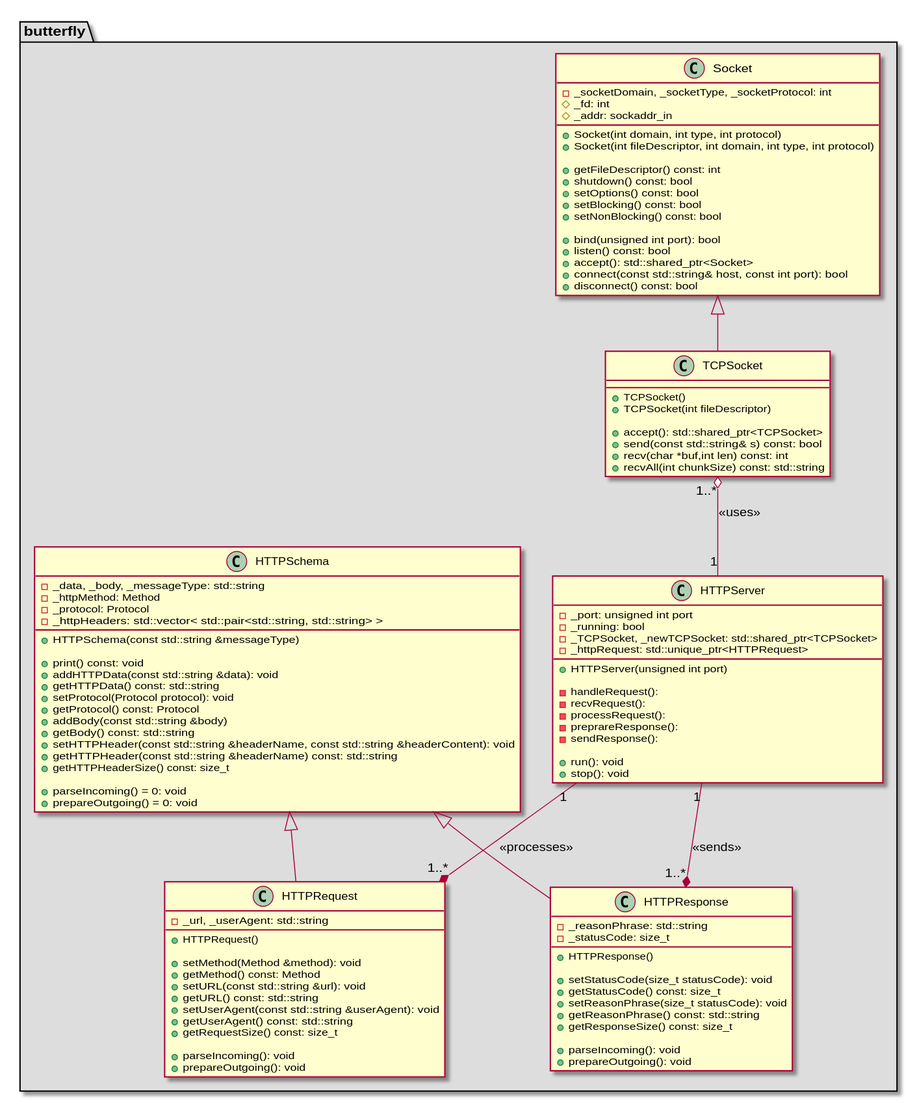
The PlantUML diagram architecture/class_diagrams/httpServer.svg in bierschi/butterfly, before a commit.
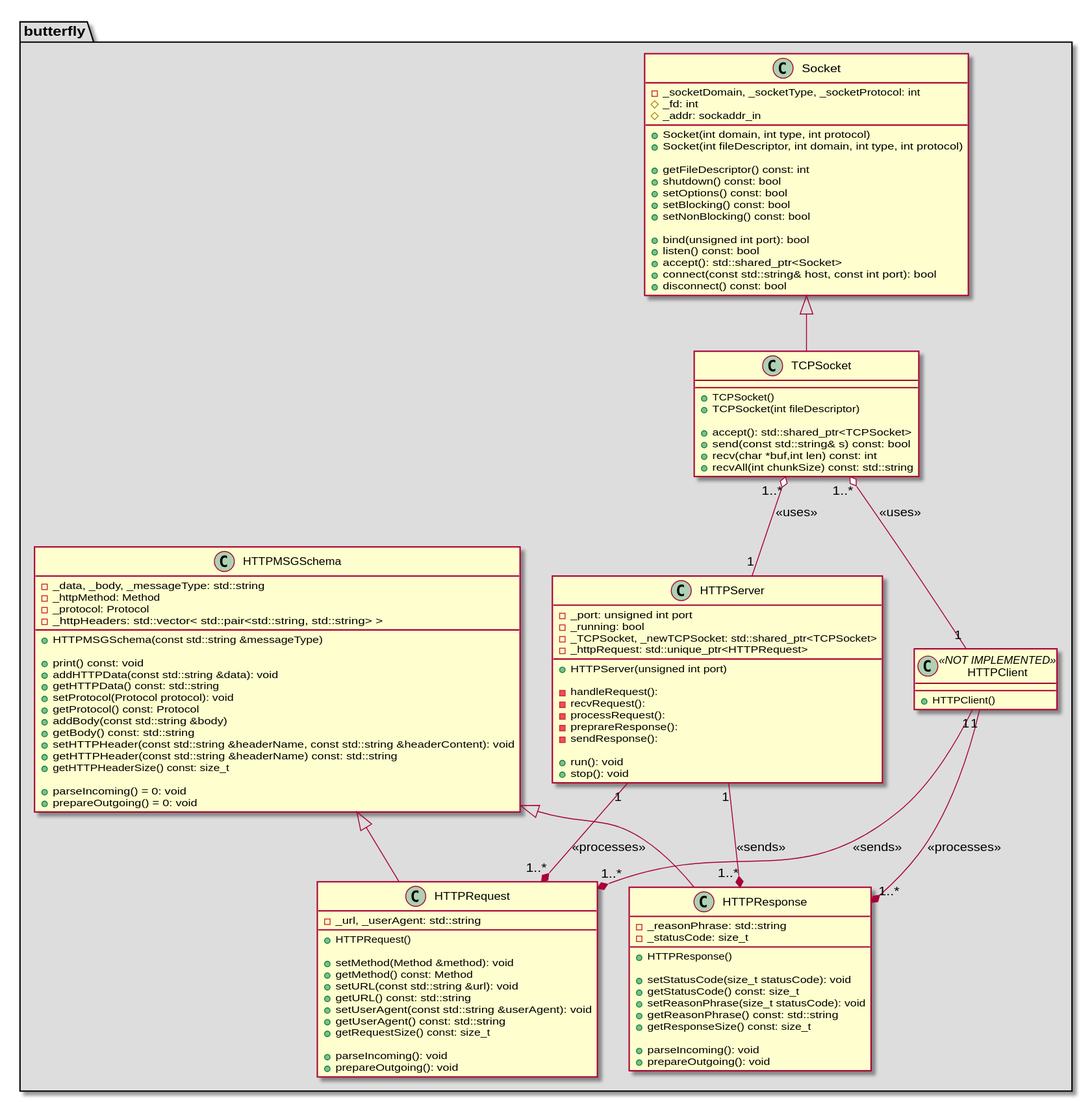
Above is the later version.

Commit message:
Updated the httpmsgschema naming

Change to the diagram source:
```diff
@@ -56,14 +56,20 @@
     +stop(): void
 }
 
-class HTTPSchema
+class HTTPClient <<NOT IMPLEMENTED>>
+{
+
+    + HTTPClient()
+}
+
+class HTTPMSGSchema
 {
     - _data, _body, _messageType: std::string
     - _httpMethod: Method
     - _protocol: Protocol
     - _httpHeaders: std::vector< std::pair<std::string, std::string> >
 
-    + HTTPSchema(const std::string &messageType)
+    + HTTPMSGSchema(const std::string &messageType)
 
     + print() const: void
     + addHTTPData(const std::string &data): void
@@ -115,14 +121,23 @@
     + prepareOutgoing(): void
 }
 
+together {
+    class HTTPServer
+    class HTTPClient
+}
+
 Socket            <|-- TCPSocket
 TCPSocket "1..*"  o--  "1" HTTPServer : <<uses>>
+TCPSocket "1..*"  o--  "1" HTTPClient : <<uses>>
 
 HTTPServer "1"    --* "1..*" HTTPRequest: <<processes>>
 HTTPServer "1"    --* "1..*" HTTPResponse: <<sends>>
 
-HTTPSchema <|-- HTTPRequest
-HTTPSchema <|-- HTTPResponse
+HTTPClient "1"    --* "1..*" HTTPRequest: <<sends>>
+HTTPClient "1"    --* "1..*" HTTPResponse: <<processes>>
+
+HTTPMSGSchema <|-- HTTPRequest
+HTTPMSGSchema <|-- HTTPResponse
 
 }
 @enduml
```
